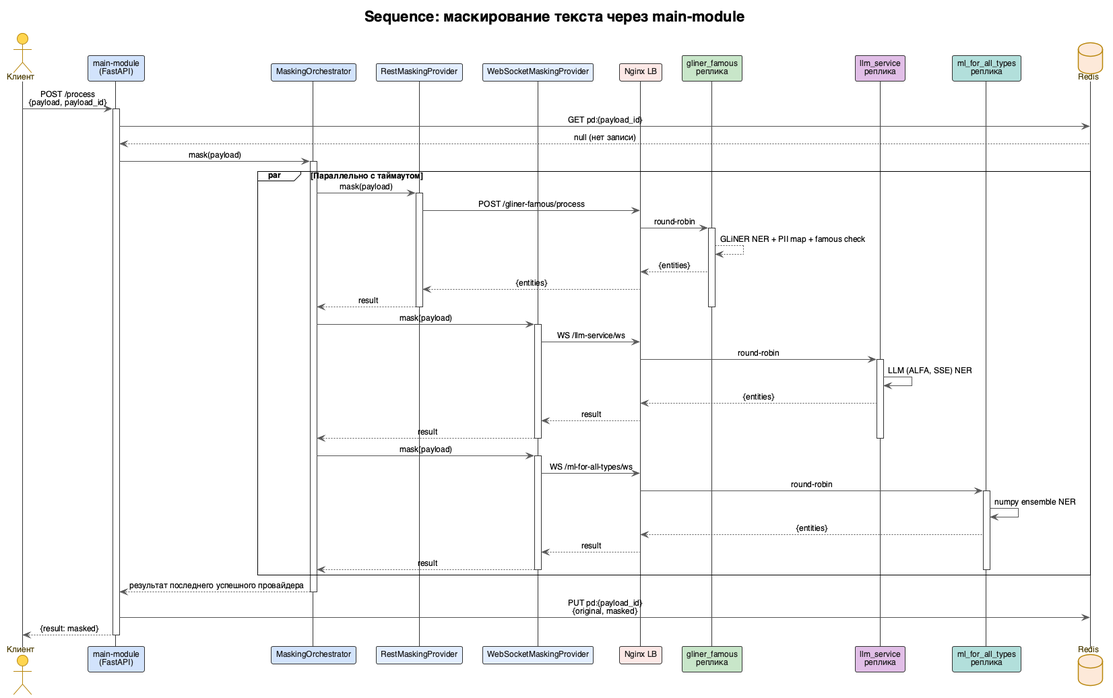
The PlantUML diagram docs/sequence.png in FightingFox/alfa_hack, before a commit.
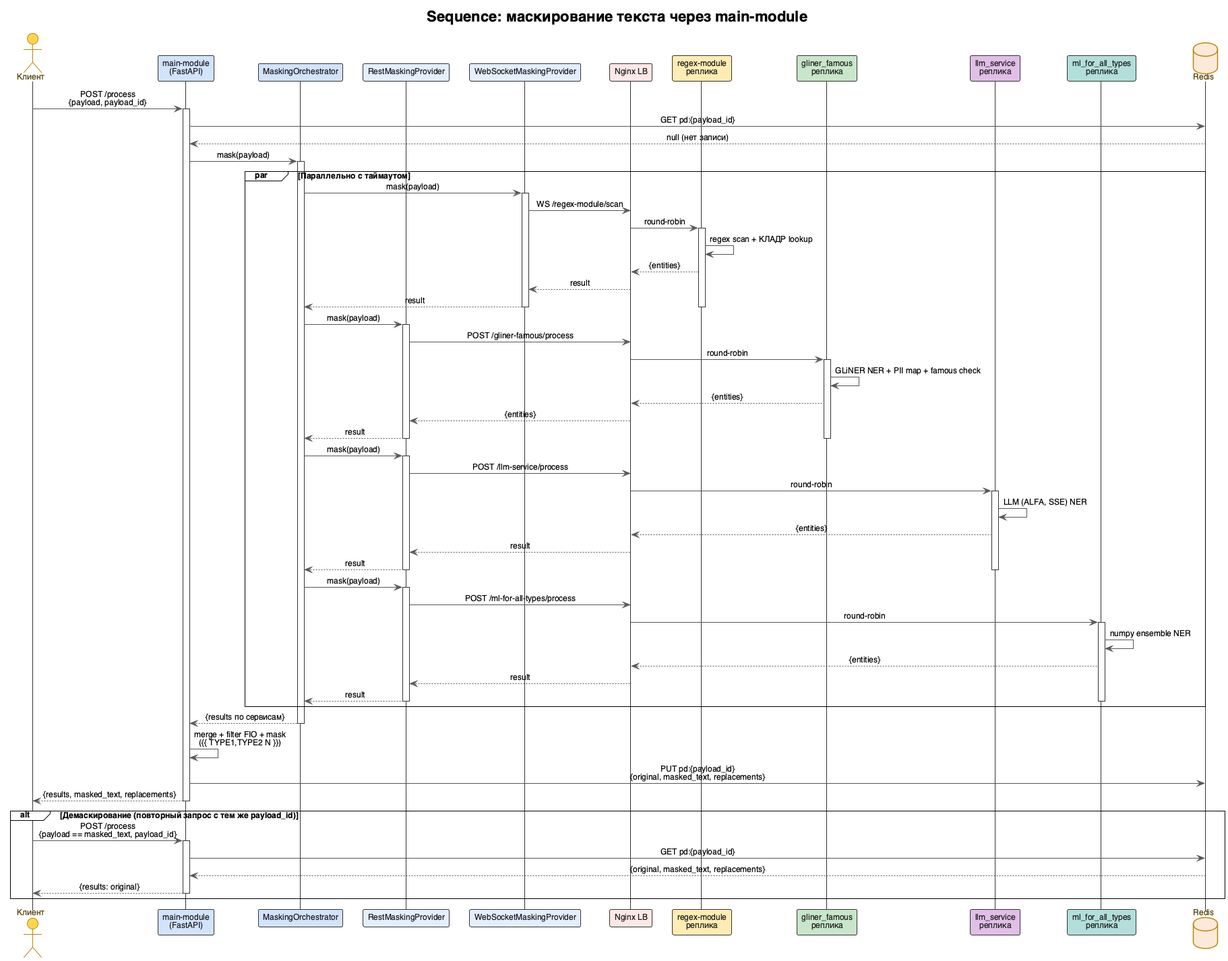
Above is the later version.

What changed in the source:
```diff
@@ -32,6 +32,7 @@
 participant "RestMaskingProvider" as Rest #E3EEFF
 participant "WebSocketMaskingProvider" as Ws #E3EEFF
 participant "Nginx LB" as LB #FCE8E6
+participant "regex-module\nреплика" as Regex #FFECB3
 participant "gliner_famous\nреплика" as Gliner #C8E6C9
 participant "llm_service\nреплика" as Llm #E1BEE7
 participant "ml_for_all_types\nреплика" as Ml #B2DFDB
@@ -47,48 +48,70 @@
 activate Orch
 
 par Параллельно с таймаутом
+    Orch -> Ws : mask(payload)
+    activate Ws
+    Ws -> LB : WS /regex-module/scan
+    LB -> Regex : round-robin
+    activate Regex
+    Regex -> Regex : regex scan + КЛАДР lookup
+    Regex --> LB : {entities}
+    LB --> Ws : result
+    Ws --> Orch : result
+    deactivate Ws
+    deactivate Regex
+
     Orch -> Rest : mask(payload)
     activate Rest
     Rest -> LB : POST /gliner-famous/process
     LB -> Gliner : round-robin
     activate Gliner
-    Gliner --> Gliner : GLiNER NER + PII map + famous check
+    Gliner -> Gliner : GLiNER NER + PII map + famous check
     Gliner --> LB : {entities}
     LB --> Rest : {entities}
     Rest --> Orch : result
     deactivate Rest
     deactivate Gliner
 
-    Orch -> Ws : mask(payload)
-    activate Ws
-    Ws -> LB : WS /llm-service/ws
+    Orch -> Rest : mask(payload)
+    activate Rest
+    Rest -> LB : POST /llm-service/process
     LB -> Llm : round-robin
     activate Llm
     Llm -> Llm : LLM (ALFA, SSE) NER
     Llm --> LB : {entities}
-    LB --> Ws : result
-    Ws --> Orch : result
-    deactivate Ws
+    LB --> Rest : result
+    Rest --> Orch : result
+    deactivate Rest
     deactivate Llm
 
-    Orch -> Ws : mask(payload)
-    activate Ws
-    Ws -> LB : WS /ml-for-all-types/ws
+    Orch -> Rest : mask(payload)
+    activate Rest
+    Rest -> LB : POST /ml-for-all-types/process
     LB -> Ml : round-robin
     activate Ml
     Ml -> Ml : numpy ensemble NER
     Ml --> LB : {entities}
-    LB --> Ws : result
-    Ws --> Orch : result
-    deactivate Ws
+    LB --> Rest : result
+    Rest --> Orch : result
+    deactivate Rest
     deactivate Ml
 end
 
-Orch --> Main : результат последнего успешного провайдера
+Orch --> Main : {results по сервисам}
 deactivate Orch
 
-Main -> Redis : PUT pd:{payload_id}\n{original, masked}
-Main --> Client : {result: masked}
+Main -> Main : merge + filter FIO + mask\n({{ TYPE1,TYPE2 N }})
+Main -> Redis : PUT pd:{payload_id}\n{original, masked_text, replacements}
+Main --> Client : {results, masked_text, replacements}
 deactivate Main
 
+alt Демаскирование (повторный запрос с тем же payload_id)
+    Client -> Main : POST /process\n{payload == masked_text, payload_id}
+    activate Main
+    Main -> Redis : GET pd:{payload_id}
+    Redis --> Main : {original, masked_text, replacements}
+    Main --> Client : {results: original}
+    deactivate Main
+end
+
 @enduml
```
